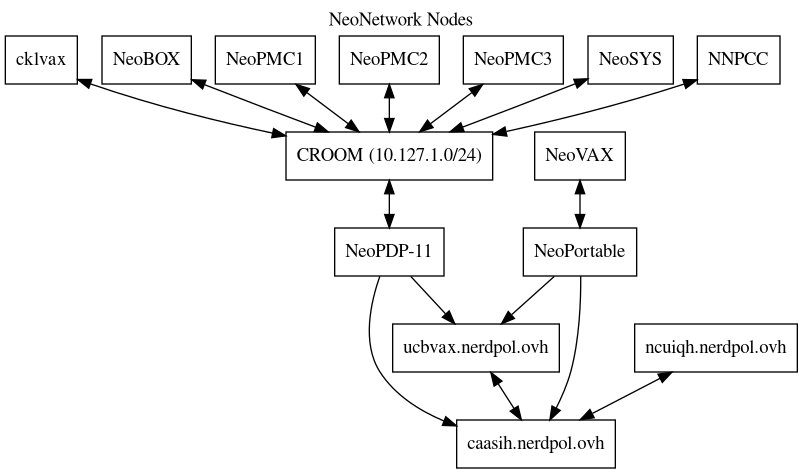
The Graphviz diagram nodes.png in NeoCloud/NeoNetwork, before a commit. Its source is kept beside it as nodes.dot.
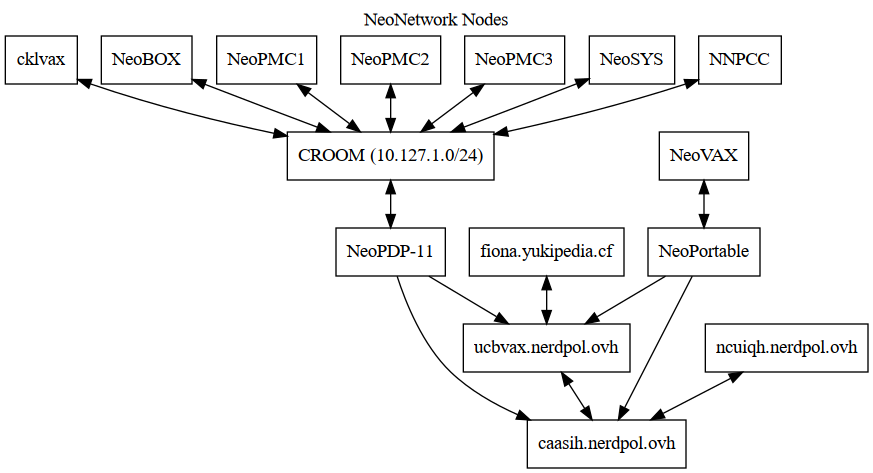
The same file after the commit.

Commit message:
Add fiona to the node graph

Diff of the diagram source:
```diff
@@ -13,6 +13,7 @@
 	np [label="NeoPortable"]
 	nv [label="NeoVAX"]
 	ncuiqh [label="ncuiqh.nerdpol.ovh"]
+	fionaLHS [label="fiona.yukipedia.cf"]
 
 	NeoPMC1 -> local [dir=both]
 	NeoPMC2 -> local [dir=both]
@@ -29,4 +30,5 @@
 	np -> c
 	nv -> np [dir=both]
 	ncuiqh -> c [dir=both]
+	fionaLHS -> ucbvax [dir=both]
 }
```
